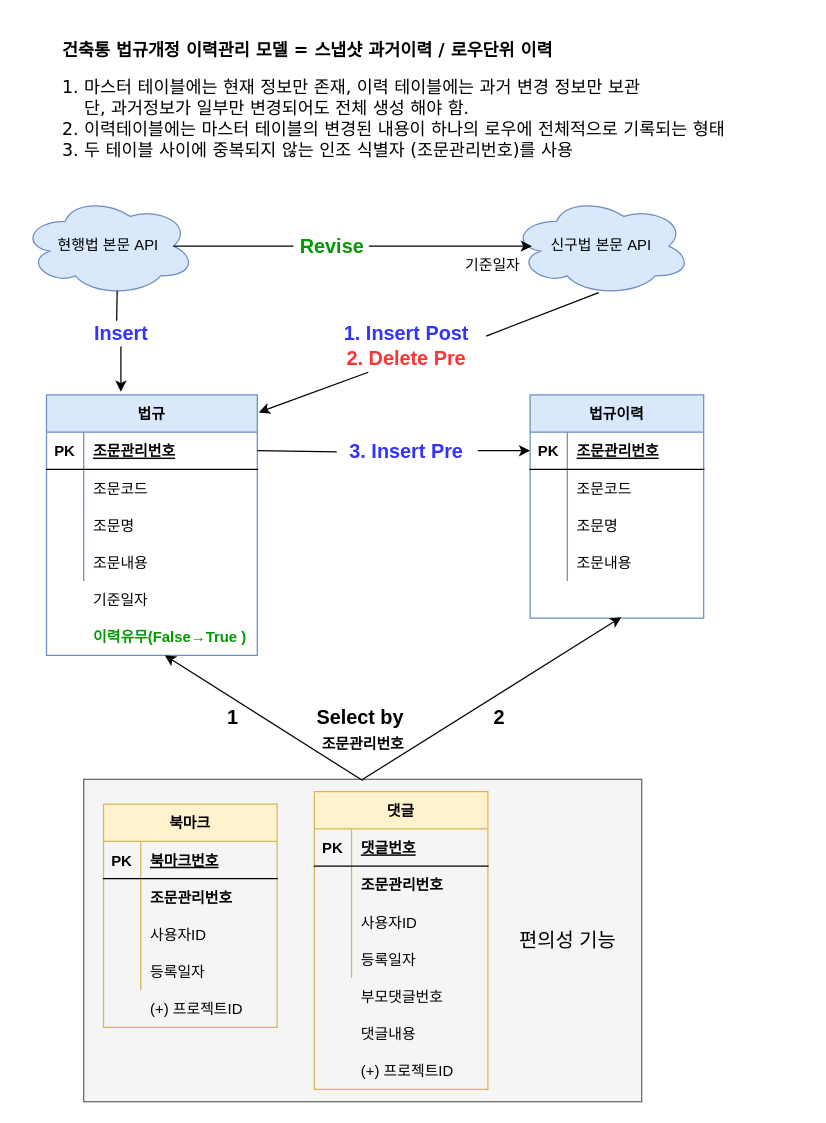
The draw.io diagram page "건축통_법규이력관리프로세스" (1 of 2) of architong/docs/Untitled Diagram.drawio in codaa-inc/architong, before the edit. Source tidied: cells renumbered, new cells numbered last; positions are measured from the earlier drawing's top-left corner, leaving out a move shared by most shapes. Both pictures are drawn from the tidied source at 124%, with x=0, y=0 at pixel (21, 22).
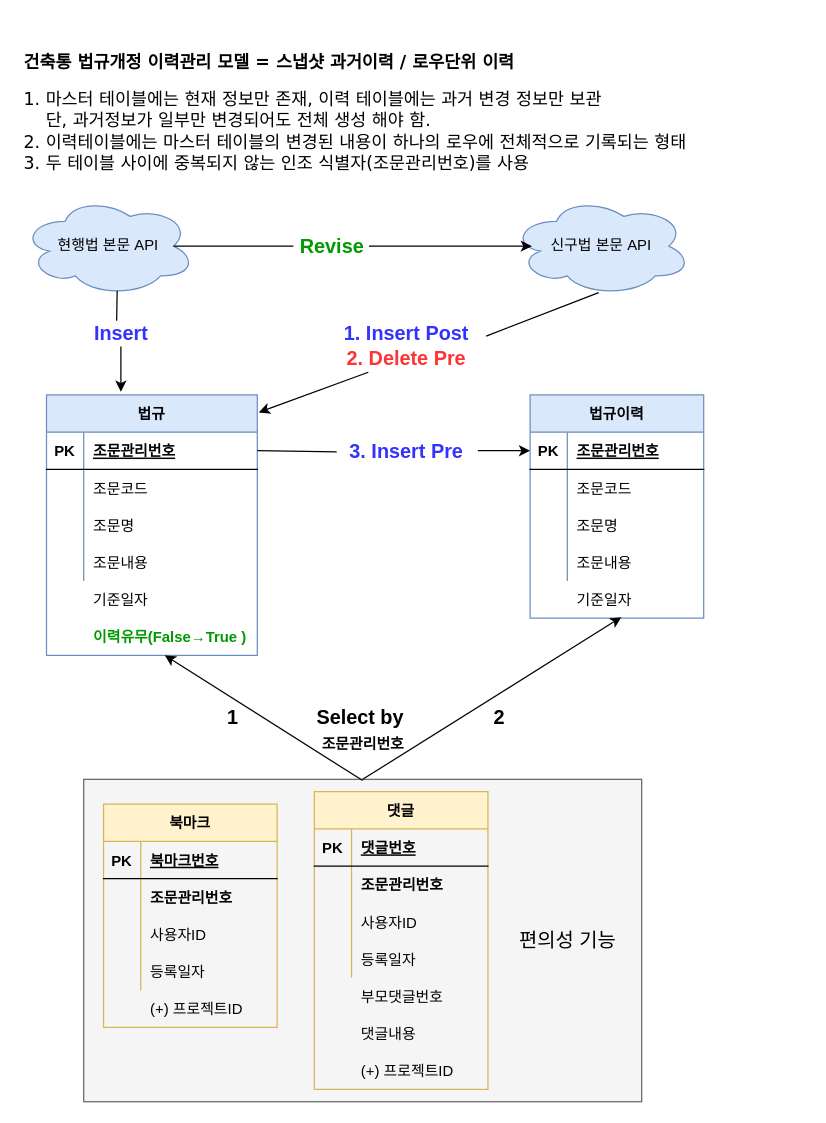
After the change.

Commit message:
어플리케이션 구조도.drawio

Diff of the diagram source:
```diff
@@
     <mxCell id="36" style="shape=partialRectangle;fillColor=none;top=0;left=0;bottom=0;right=0;" parent="1" vertex="1">
-      <mxGeometry x="320" y="180" width="180" height="30" as="geometry" />
+      <mxGeometry x="410" y="450" width="180" height="30" as="geometry" />
     </mxCell>
@@
-    <mxCell id="88" value="&lt;p style=&quot;font-size: 14px&quot;&gt;&lt;font style=&quot;font-size: 14px&quot; color=&quot;#000000&quot; face=&quot;Verdana&quot;&gt;&lt;b&gt;건축통 법규개정 이력관리 모델 = 스냅샷 과거이력 / 로우단위 이력&lt;/b&gt;&lt;/font&gt;&lt;/p&gt;&lt;font face=&quot;Verdana&quot;&gt;&lt;span style=&quot;font-size: 14px ; color: rgb(0 , 0 , 0)&quot;&gt;1. 마스터 테이블에는 현재 정보만 존재, 이력 테이블에는 과거 변경 정보만 보관&lt;br&gt;&lt;/span&gt;&lt;span style=&quot;color: rgb(0 , 0 , 0) ; font-size: 14px&quot;&gt;&amp;nbsp; &amp;nbsp; 단, 과거정보가 일부만 변경되어도 전체 생성 해야 함.&lt;br&gt;&lt;/span&gt;&lt;span style=&quot;color: rgb(0 , 0 , 0) ; font-size: 14px&quot;&gt;2. 이력테이블에는 마스터 테이블의 변경된 내용이 하나의 로우에 전체적으로 기록되는 형태&lt;br&gt;&lt;/span&gt;&lt;span style=&quot;color: rgb(0 , 0 , 0) ; font-size: 14px&quot;&gt;3. 두 테이블 사이에 중복되지 않는 인조 식별자 (조문관리번호)를 사용&lt;/span&gt;&lt;/font&gt;&lt;span style=&quot;color: rgb(0 , 0 , 0) ; font-size: 14px&quot;&gt;&lt;br&gt;&lt;/span&gt;" style="text;html=1;align=left;verticalAlign=middle;strokeColor=none;fontColor=#009900;" parent="1" vertex="1">
-      <mxGeometry x="31" width="600" height="110" as="geometry" />
+    <mxCell id="88" value="&lt;p style=&quot;font-size: 14px&quot;&gt;&lt;font style=&quot;font-size: 14px&quot; color=&quot;#000000&quot; face=&quot;Verdana&quot;&gt;&lt;b&gt;건축통 법규개정 이력관리 모델 = 스냅샷 과거이력 / 로우단위 이력&lt;/b&gt;&lt;/font&gt;&lt;/p&gt;&lt;font face=&quot;Verdana&quot;&gt;&lt;span style=&quot;font-size: 14px ; color: rgb(0 , 0 , 0)&quot;&gt;1. 마스터 테이블에는 현재 정보만 존재, 이력 테이블에는 과거 변경 정보만 보관&lt;br&gt;&lt;/span&gt;&lt;span style=&quot;color: rgb(0 , 0 , 0) ; font-size: 14px&quot;&gt;&amp;nbsp; &amp;nbsp; 단, 과거정보가 일부만 변경되어도 전체 생성 해야 함.&lt;br&gt;&lt;/span&gt;&lt;span style=&quot;color: rgb(0 , 0 , 0) ; font-size: 14px&quot;&gt;2. 이력테이블에는 마스터 테이블의 변경된 내용이 하나의 로우에 전체적으로 기록되는 형태&lt;br&gt;&lt;/span&gt;&lt;span style=&quot;color: rgb(0 , 0 , 0) ; font-size: 14px&quot;&gt;3. 두 테이블 사이에 중복되지 않는 인조 식별자(조문관리번호)를 사용&lt;/span&gt;&lt;/font&gt;&lt;span style=&quot;color: rgb(0 , 0 , 0) ; font-size: 14px&quot;&gt;&lt;br&gt;&lt;/span&gt;" style="text;html=1;align=left;verticalAlign=middle;strokeColor=none;fontColor=#009900;" parent="1" vertex="1">
+      <mxGeometry y="10" width="600" height="110" as="geometry" />
     </mxCell>
```
